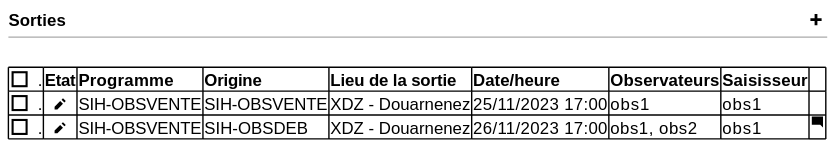
Before: projects/obsvente/spe/images/observed-location-table.svg, a diagram exported from PlantUML (sumaris-net/sumaris-doc). Its source is kept beside it as projects/obsvente/spe/images/observed-location-table.puml.
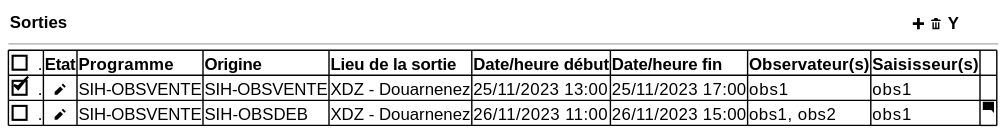
The same file after the commit.

Change to the diagram source:
```diff
@@ -1,13 +1,13 @@
 @startsalt
 {
-  <b>Sorties                                                                                                                                                                                 <&plus>
+  { <b>Sorties | . | . |. |. |. |. |. |. |. |. |. |. |. |. |. |. |. |. |. |. |. |. |. |. |. |. |. |. |. |. |. |. |. |. |. |. |. |. |. |. |. |. |. |. |. |. |. |. |. |. |. |. |. |. |. |. |. |. |. |. |. |. |. |. |. |. |. |. |. |. |. |. |. |. |. |. |. |. |. |. |. |. |. |. |. |. |. |. |. |. |. |. |. |. |. |. |. |. |. |. |. |. |. |. |. |. |. |. |. |. |. |. |. |. |. |. |. |. |. |.   { <&plus> <&trash> <b>Y } }
   --
-  .
+
+
 	{#
-
-     [ ]. | <b>Etat | <b>Programme | <b>Origine | <b>Lieu de la sortie | <b>Date/heure | <b>Observateurs | <b>Saisisseur | .
-     [ ]. | <b>  <&pencil> | SIH-OBSVENTE | SIH-OBSVENTE | XDZ - Douarnenez | 25/11/2023 17:00 | obs1 | obs1
-     [ ]. | <b>  <&pencil> | SIH-OBSVENTE | SIH-OBSDEB | XDZ - Douarnenez | 26/11/2023 17:00 | obs1, obs2 | obs1 | <&comment-square>
+     [ ]. | <b>Etat | <b>Programme | <b>Origine | <b>Lieu de la sortie | <b>Date/heure début | <b>Date/heure fin | <b>Observateur(s) | <b>Saisisseur(s) | .
+     [X]. | <b>  <&pencil> | SIH-OBSVENTE | SIH-OBSVENTE | XDZ - Douarnenez | 25/11/2023 13:00 | 25/11/2023 17:00 | obs1 | obs1
+     [ ]. | <b>  <&pencil> | SIH-OBSVENTE | SIH-OBSDEB | XDZ - Douarnenez | 26/11/2023 11:00 | 26/11/2023 15:00 | obs1, obs2 | obs1 | <&comment-square>
     }
 
 }
```
